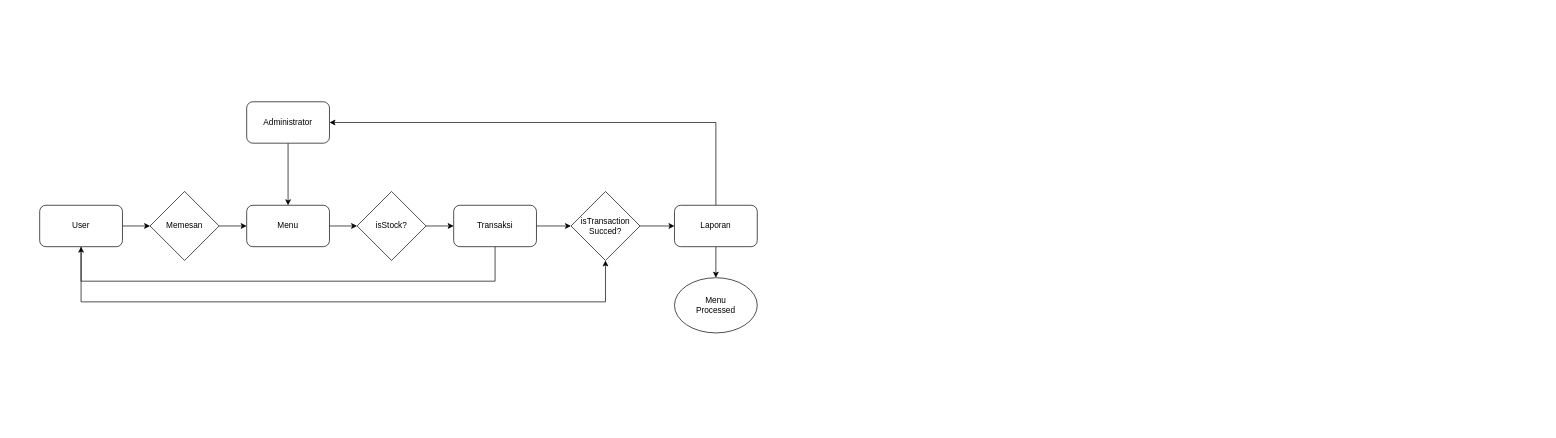
This is drawio/LSP-Gundar.drawio from Xnaizer/Xnaizer, a draw.io file, before an edit. Source tidied: cells renumbered, new cells numbered last; positions are measured from the earlier drawing's top-left corner, leaving out a move shared by most shapes. Both pictures are drawn from the tidied source at 69%, with x=0, y=0 at pixel (39, 101).
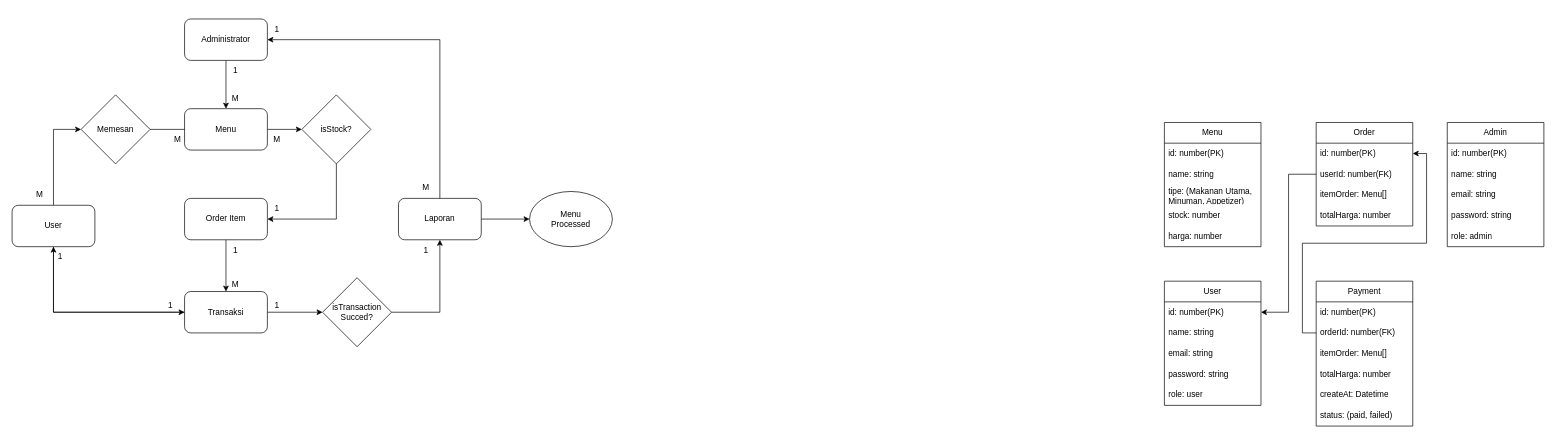
The same page after the edit.

What changed in the source:
```diff
@@
     <mxCell id="3" value="Administrator" style="rounded=1;whiteSpace=wrap;html=1;" parent="1" vertex="1">
-      <mxGeometry x="300" width="120" height="60" as="geometry" />
+      <mxGeometry x="210" y="-120" width="120" height="60" as="geometry" />
     </mxCell>
@@
-    <mxCell id="5" style="edgeStyle=orthogonalEdgeStyle;rounded=0;jettySize=auto;html=1;entryX=0.5;entryY=1;entryDx=0;entryDy=0;" parent="1" edge="1" source="6" target="17">
-      <mxGeometry relative="1" as="geometry">
-        <Array as="points">
-          <mxPoint x="60" y="290" />
-          <mxPoint x="820" y="290" />
-        </Array>
-      </mxGeometry>
-    </mxCell>
+    <mxCell id="22" style="edgeStyle=orthogonalEdgeStyle;rounded=0;jettySize=auto;html=1;entryX=0;entryY=0.5;entryDx=0;entryDy=0;" parent="1" edge="1" source="6" target="15">
+      <mxGeometry relative="1" as="geometry">
+        <Array as="points">
+          <mxPoint x="20" y="305" />
+        </Array>
+      </mxGeometry>
+    </mxCell>
     <mxCell id="6" value="User" style="rounded=1;whiteSpace=wrap;html=1;" parent="1" vertex="1">
-      <mxGeometry y="150" width="120" height="60" as="geometry" />
+      <mxGeometry x="-40" y="150" width="120" height="60" as="geometry" />
     </mxCell>
     <mxCell id="7" style="edgeStyle=orthogonalEdgeStyle;rounded=0;jettySize=auto;html=1;entryX=0;entryY=0.5;entryDx=0;entryDy=0;" parent="1" edge="1" source="8" target="10">
-      <mxGeometry relative="1" as="geometry" />
+      <mxGeometry relative="1" as="geometry">
+        <Array as="points">
+          <mxPoint x="230" y="40" />
+          <mxPoint x="230" y="40" />
+        </Array>
+      </mxGeometry>
     </mxCell>
     <mxCell id="8" value="Memesan" style="rhombus;whiteSpace=wrap;html=1;" parent="1" vertex="1">
-      <mxGeometry x="160" y="130" width="100" height="100" as="geometry" />
+      <mxGeometry x="60" y="-10" width="100" height="100" as="geometry" />
     </mxCell>
@@
     <mxCell id="10" value="Menu" style="rounded=1;whiteSpace=wrap;html=1;" parent="1" vertex="1">
-      <mxGeometry x="300" y="150" width="120" height="60" as="geometry" />
+      <mxGeometry x="210" y="10" width="120" height="60" as="geometry" />
     </mxCell>
-    <mxCell id="11" style="edgeStyle=orthogonalEdgeStyle;rounded=0;jettySize=auto;html=1;" parent="1" edge="1" source="12" target="15">
-      <mxGeometry relative="1" as="geometry" />
-    </mxCell>
+    <mxCell id="23" style="edgeStyle=orthogonalEdgeStyle;rounded=0;jettySize=auto;html=1;entryX=1;entryY=0.5;entryDx=0;entryDy=0;" parent="1" edge="1" source="12" target="25">
+      <mxGeometry relative="1" as="geometry">
+        <Array as="points">
+          <mxPoint x="430" y="170" />
+        </Array>
+      </mxGeometry>
+    </mxCell>
     <mxCell id="12" value="isStock?" style="rhombus;whiteSpace=wrap;html=1;" parent="1" vertex="1">
-      <mxGeometry x="460" y="130" width="100" height="100" as="geometry" />
+      <mxGeometry x="380" y="-10" width="100" height="100" as="geometry" />
     </mxCell>
+    <mxCell id="14" style="edgeStyle=orthogonalEdgeStyle;rounded=0;jettySize=auto;html=1;entryX=0;entryY=0.5;entryDx=0;entryDy=0;" parent="1" edge="1" source="15" target="17">
+      <mxGeometry relative="1" as="geometry" />
+    </mxCell>
-    <mxCell id="13" style="edgeStyle=orthogonalEdgeStyle;rounded=0;jettySize=auto;html=1;entryX=0.5;entryY=1;entryDx=0;entryDy=0;" parent="1" edge="1" source="15" target="6">
-      <mxGeometry relative="1" as="geometry">
-        <Array as="points">
-          <mxPoint x="660" y="260" />
-          <mxPoint x="60" y="260" />
-        </Array>
-      </mxGeometry>
+    <mxCell id="13" style="edgeStyle=orthogonalEdgeStyle;rounded=0;jettySize=auto;html=1;" parent="1" edge="1" source="15" target="6">
+      <mxGeometry relative="1" as="geometry" />
     </mxCell>
-    <mxCell id="14" style="edgeStyle=orthogonalEdgeStyle;rounded=0;jettySize=auto;html=1;entryX=0;entryY=0.5;entryDx=0;entryDy=0;" parent="1" edge="1" source="15" target="17">
-      <mxGeometry relative="1" as="geometry" />
-    </mxCell>
     <mxCell id="15" value="Transaksi" style="rounded=1;whiteSpace=wrap;html=1;" parent="1" vertex="1">
-      <mxGeometry x="600" y="150" width="120" height="60" as="geometry" />
+      <mxGeometry x="210" y="275" width="120" height="60" as="geometry" />
     </mxCell>
@@
     <mxCell id="17" value="isTransaction&lt;div&gt;Succed?&lt;/div&gt;" style="rhombus;whiteSpace=wrap;html=1;" parent="1" vertex="1">
-      <mxGeometry x="770" y="130" width="100" height="100" as="geometry" />
+      <mxGeometry x="410" y="255" width="100" height="100" as="geometry" />
     </mxCell>
+    <mxCell id="19" style="edgeStyle=orthogonalEdgeStyle;rounded=0;jettySize=auto;html=1;" parent="1" edge="1" source="20" target="21">
+      <mxGeometry relative="1" as="geometry" />
+    </mxCell>
     <mxCell id="18" style="edgeStyle=orthogonalEdgeStyle;rounded=0;jettySize=auto;html=1;entryX=1;entryY=0.5;entryDx=0;entryDy=0;" parent="1" edge="1" source="20" target="3">
       <mxGeometry relative="1" as="geometry">
         <Array as="points">
-          <mxPoint x="980" y="30" />
+          <mxPoint x="580" y="-90" />
         </Array>
       </mxGeometry>
     </mxCell>
-    <mxCell id="19" style="edgeStyle=orthogonalEdgeStyle;rounded=0;jettySize=auto;html=1;" parent="1" edge="1" source="20" target="21">
-      <mxGeometry relative="1" as="geometry" />
-    </mxCell>
     <mxCell id="20" value="Laporan" style="rounded=1;whiteSpace=wrap;html=1;" parent="1" vertex="1">
-      <mxGeometry x="920" y="150" width="120" height="60" as="geometry" />
+      <mxGeometry x="520" y="140" width="120" height="60" as="geometry" />
     </mxCell>
     <mxCell id="21" value="Menu&lt;div&gt;Processed&lt;/div&gt;" style="ellipse;whiteSpace=wrap;html=1;" parent="1" vertex="1">
-      <mxGeometry x="920" y="255" width="120" height="80" as="geometry" />
+      <mxGeometry x="710" y="130" width="120" height="80" as="geometry" />
     </mxCell>
+    <mxCell id="24" style="edgeStyle=orthogonalEdgeStyle;rounded=0;jettySize=auto;html=1;entryX=0.5;entryY=0;entryDx=0;entryDy=0;" parent="1" edge="1" source="25" target="15">
+      <mxGeometry relative="1" as="geometry" />
+    </mxCell>
+    <mxCell id="25" value="Order Item" style="rounded=1;whiteSpace=wrap;html=1;" parent="1" vertex="1">
+      <mxGeometry x="210" y="140" width="120" height="60" as="geometry" />
+    </mxCell>
+    <mxCell id="26" value="M" style="text;html=1;align=center;verticalAlign=middle;whiteSpace=wrap;rounded=0;" parent="1" vertex="1">
+      <mxGeometry x="-30" y="110" width="60" height="50" as="geometry" />
+    </mxCell>
+    <mxCell id="27" value="M" style="text;html=1;align=center;verticalAlign=middle;whiteSpace=wrap;rounded=0;" parent="1" vertex="1">
+      <mxGeometry x="314" y="30" width="60" height="50" as="geometry" />
+    </mxCell>
+    <mxCell id="28" value="1" style="text;html=1;align=center;verticalAlign=middle;whiteSpace=wrap;rounded=0;" parent="1" vertex="1">
+      <mxGeometry x="314" y="130" width="60" height="50" as="geometry" />
+    </mxCell>
+    <mxCell id="29" value="1" style="text;html=1;align=center;verticalAlign=middle;whiteSpace=wrap;rounded=0;" parent="1" vertex="1">
+      <mxGeometry x="254" y="190" width="60" height="50" as="geometry" />
+    </mxCell>
+    <mxCell id="30" value="M" style="text;html=1;align=center;verticalAlign=middle;whiteSpace=wrap;rounded=0;" parent="1" vertex="1">
+      <mxGeometry x="254" y="240" width="60" height="50" as="geometry" />
+    </mxCell>
+    <mxCell id="31" value="1" style="text;html=1;align=center;verticalAlign=middle;whiteSpace=wrap;rounded=0;" parent="1" vertex="1">
+      <mxGeometry x="314" y="270" width="60" height="50" as="geometry" />
+    </mxCell>
+    <mxCell id="32" value="M" style="text;html=1;align=center;verticalAlign=middle;whiteSpace=wrap;rounded=0;" parent="1" vertex="1">
+      <mxGeometry x="530" y="100" width="60" height="50" as="geometry" />
+    </mxCell>
+    <mxCell id="33" value="1" style="text;html=1;align=center;verticalAlign=middle;whiteSpace=wrap;rounded=0;" parent="1" vertex="1">
+      <mxGeometry x="314" y="-130" width="60" height="50" as="geometry" />
+    </mxCell>
+    <mxCell id="34" value="1" style="text;html=1;align=center;verticalAlign=middle;whiteSpace=wrap;rounded=0;" parent="1" vertex="1">
+      <mxGeometry x="254" y="-70" width="60" height="50" as="geometry" />
+    </mxCell>
+    <mxCell id="35" value="M" style="text;html=1;align=center;verticalAlign=middle;whiteSpace=wrap;rounded=0;" parent="1" vertex="1">
+      <mxGeometry x="254" y="-30" width="60" height="50" as="geometry" />
+    </mxCell>
+    <mxCell id="36" value="M" style="text;html=1;align=center;verticalAlign=middle;whiteSpace=wrap;rounded=0;" parent="1" vertex="1">
+      <mxGeometry x="170" y="30" width="60" height="50" as="geometry" />
+    </mxCell>
+    <mxCell id="37" value="1" style="text;html=1;align=center;verticalAlign=middle;whiteSpace=wrap;rounded=0;" parent="1" vertex="1">
+      <mxGeometry x="160" y="270" width="60" height="50" as="geometry" />
+    </mxCell>
+    <mxCell id="38" value="1" style="text;html=1;align=center;verticalAlign=middle;whiteSpace=wrap;rounded=0;" parent="1" vertex="1">
+      <mxGeometry y="200" width="60" height="50" as="geometry" />
+    </mxCell>
+    <mxCell id="39" value="1" style="text;html=1;align=center;verticalAlign=middle;whiteSpace=wrap;rounded=0;" parent="1" vertex="1">
+      <mxGeometry x="530" y="190" width="60" height="50" as="geometry" />
+    </mxCell>
+    <mxCell id="40" value="User" style="swimlane;fontStyle=0;horizontal=1;startSize=30;whiteSpace=wrap;html=1;" parent="1" vertex="1">
+      <mxGeometry x="1630" y="260" width="140" height="180" as="geometry" />
+    </mxCell>
+    <mxCell id="41" value="id: number(PK)" style="text;strokeColor=none;fillColor=none;align=left;verticalAlign=middle;spacingLeft=4;spacingRight=4;overflow=hidden;points=[[0,0.5],[1,0.5]];portConstraint=eastwest;whiteSpace=wrap;html=1;" parent="40" vertex="1">
+      <mxGeometry y="30" width="140" height="30" as="geometry" />
+    </mxCell>
+    <mxCell id="42" value="name: string" style="text;strokeColor=none;fillColor=none;align=left;verticalAlign=middle;spacingLeft=4;spacingRight=4;overflow=hidden;whiteSpace=wrap;html=1;" parent="40" vertex="1">
+      <mxGeometry y="60" width="140" height="30" as="geometry" />
+    </mxCell>
+    <mxCell id="43" value="email: string" style="text;strokeColor=none;fillColor=none;align=left;verticalAlign=middle;spacingLeft=4;spacingRight=4;overflow=hidden;whiteSpace=wrap;html=1;" parent="40" vertex="1">
+      <mxGeometry y="90" width="140" height="30" as="geometry" />
+    </mxCell>
+    <mxCell id="44" value="password: string" style="text;strokeColor=none;fillColor=none;align=left;verticalAlign=middle;spacingLeft=4;spacingRight=4;overflow=hidden;whiteSpace=wrap;html=1;" parent="40" vertex="1">
+      <mxGeometry y="120" width="140" height="30" as="geometry" />
+    </mxCell>
+    <mxCell id="45" value="role: user" style="text;strokeColor=none;fillColor=none;align=left;verticalAlign=middle;spacingLeft=4;spacingRight=4;overflow=hidden;whiteSpace=wrap;html=1;" parent="40" vertex="1">
+      <mxGeometry y="150" width="140" height="30" as="geometry" />
+    </mxCell>
+    <mxCell id="46" value="Menu" style="swimlane;fontStyle=0;horizontal=1;startSize=30;whiteSpace=wrap;html=1;" parent="1" vertex="1">
+      <mxGeometry x="1630" y="30" width="140" height="180" as="geometry" />
+    </mxCell>
+    <mxCell id="47" value="id: number(PK)" style="text;strokeColor=none;fillColor=none;align=left;verticalAlign=middle;spacingLeft=4;spacingRight=4;overflow=hidden;whiteSpace=wrap;html=1;" parent="46" vertex="1">
+      <mxGeometry y="30" width="140" height="30" as="geometry" />
+    </mxCell>
+    <mxCell id="48" value="name: string" style="text;strokeColor=none;fillColor=none;align=left;verticalAlign=middle;spacingLeft=4;spacingRight=4;overflow=hidden;whiteSpace=wrap;html=1;" parent="46" vertex="1">
+      <mxGeometry y="60" width="140" height="30" as="geometry" />
+    </mxCell>
+    <mxCell id="49" value="tipe: (Makanan Utama,&lt;div&gt;Minuman, Appetizer)&lt;/div&gt;" style="text;strokeColor=none;fillColor=none;align=left;verticalAlign=middle;spacingLeft=4;spacingRight=4;overflow=hidden;whiteSpace=wrap;html=1;" parent="46" vertex="1">
+      <mxGeometry y="90" width="140" height="30" as="geometry" />
+    </mxCell>
+    <mxCell id="50" value="stock: number" style="text;strokeColor=none;fillColor=none;align=left;verticalAlign=middle;spacingLeft=4;spacingRight=4;overflow=hidden;whiteSpace=wrap;html=1;" parent="46" vertex="1">
+      <mxGeometry y="120" width="140" height="30" as="geometry" />
+    </mxCell>
+    <mxCell id="51" value="harga: number" style="text;strokeColor=none;fillColor=none;align=left;verticalAlign=middle;spacingLeft=4;spacingRight=4;overflow=hidden;whiteSpace=wrap;html=1;" parent="46" vertex="1">
+      <mxGeometry y="150" width="140" height="30" as="geometry" />
+    </mxCell>
+    <mxCell id="52" value="Order" style="swimlane;fontStyle=0;horizontal=1;startSize=30;whiteSpace=wrap;html=1;" parent="1" vertex="1">
+      <mxGeometry x="1850" y="30" width="140" height="150" as="geometry" />
+    </mxCell>
+    <mxCell id="53" value="id: number(PK)" style="text;strokeColor=none;fillColor=none;align=left;verticalAlign=middle;spacingLeft=4;spacingRight=4;overflow=hidden;points=[[0,0.5],[1,0.5]];portConstraint=eastwest;whiteSpace=wrap;html=1;" parent="52" vertex="1">
+      <mxGeometry y="30" width="140" height="30" as="geometry" />
+    </mxCell>
+    <mxCell id="54" value="userId: number(FK)" style="text;strokeColor=none;fillColor=none;align=left;verticalAlign=middle;spacingLeft=4;spacingRight=4;overflow=hidden;points=[[0,0.5],[1,0.5]];portConstraint=eastwest;whiteSpace=wrap;html=1;" parent="52" vertex="1">
+      <mxGeometry y="60" width="140" height="30" as="geometry" />
+    </mxCell>
+    <mxCell id="55" value="itemOrder: Menu[]" style="text;strokeColor=none;fillColor=none;align=left;verticalAlign=middle;spacingLeft=4;spacingRight=4;overflow=hidden;whiteSpace=wrap;html=1;" parent="52" vertex="1">
+      <mxGeometry y="90" width="140" height="30" as="geometry" />
+    </mxCell>
+    <mxCell id="56" value="totalHarga: number" style="text;strokeColor=none;fillColor=none;align=left;verticalAlign=middle;spacingLeft=4;spacingRight=4;overflow=hidden;whiteSpace=wrap;html=1;" parent="52" vertex="1">
+      <mxGeometry y="120" width="140" height="30" as="geometry" />
+    </mxCell>
+    <mxCell id="57" value="Payment" style="swimlane;fontStyle=0;horizontal=1;startSize=30;whiteSpace=wrap;html=1;" parent="1" vertex="1">
+      <mxGeometry x="1850" y="260" width="140" height="210" as="geometry" />
+    </mxCell>
+    <mxCell id="58" value="id: number(PK)" style="text;strokeColor=none;fillColor=none;align=left;verticalAlign=middle;spacingLeft=4;spacingRight=4;overflow=hidden;whiteSpace=wrap;html=1;" parent="57" vertex="1">
+      <mxGeometry y="30" width="140" height="30" as="geometry" />
+    </mxCell>
+    <mxCell id="59" value="orderId: number(FK)" style="text;strokeColor=none;fillColor=none;align=left;verticalAlign=middle;spacingLeft=4;spacingRight=4;overflow=hidden;points=[[0,0.5],[1,0.5]];portConstraint=eastwest;whiteSpace=wrap;html=1;" parent="57" vertex="1">
+      <mxGeometry y="60" width="140" height="30" as="geometry" />
+    </mxCell>
+    <mxCell id="60" value="itemOrder: Menu[]" style="text;strokeColor=none;fillColor=none;align=left;verticalAlign=middle;spacingLeft=4;spacingRight=4;overflow=hidden;whiteSpace=wrap;html=1;" parent="57" vertex="1">
+      <mxGeometry y="90" width="140" height="30" as="geometry" />
+    </mxCell>
+    <mxCell id="61" value="totalHarga: number" style="text;strokeColor=none;fillColor=none;align=left;verticalAlign=middle;spacingLeft=4;spacingRight=4;overflow=hidden;whiteSpace=wrap;html=1;" parent="57" vertex="1">
+      <mxGeometry y="120" width="140" height="30" as="geometry" />
+    </mxCell>
+    <mxCell id="62" value="createAt: Datetime" style="text;strokeColor=none;fillColor=none;align=left;verticalAlign=middle;spacingLeft=4;spacingRight=4;overflow=hidden;whiteSpace=wrap;html=1;" parent="57" vertex="1">
+      <mxGeometry y="150" width="140" height="30" as="geometry" />
+    </mxCell>
+    <mxCell id="63" value="status: (paid, failed)" style="text;strokeColor=none;fillColor=none;align=left;verticalAlign=middle;spacingLeft=4;spacingRight=4;overflow=hidden;whiteSpace=wrap;html=1;" parent="57" vertex="1">
+      <mxGeometry y="180" width="140" height="30" as="geometry" />
+    </mxCell>
+    <mxCell id="64" style="edgeStyle=orthogonalEdgeStyle;rounded=0;jettySize=auto;html=1;" parent="1" edge="1" source="59" target="53">
+      <mxGeometry relative="1" as="geometry" />
+    </mxCell>
+    <mxCell id="65" style="edgeStyle=orthogonalEdgeStyle;rounded=0;jettySize=auto;html=1;entryX=1;entryY=0.5;entryDx=0;entryDy=0;" parent="1" edge="1" source="54" target="41">
+      <mxGeometry relative="1" as="geometry" />
+    </mxCell>
+    <mxCell id="66" value="Admin" style="swimlane;fontStyle=0;horizontal=1;startSize=30;whiteSpace=wrap;html=1;" parent="1" vertex="1">
+      <mxGeometry x="2040" y="30" width="140" height="180" as="geometry" />
+    </mxCell>
+    <mxCell id="67" value="id: number(PK)" style="text;strokeColor=none;fillColor=none;align=left;verticalAlign=middle;spacingLeft=4;spacingRight=4;overflow=hidden;whiteSpace=wrap;html=1;" parent="66" vertex="1">
+      <mxGeometry y="30" width="140" height="30" as="geometry" />
+    </mxCell>
+    <mxCell id="68" value="name: string" style="text;strokeColor=none;fillColor=none;align=left;verticalAlign=middle;spacingLeft=4;spacingRight=4;overflow=hidden;whiteSpace=wrap;html=1;" parent="66" vertex="1">
+      <mxGeometry y="60" width="140" height="30" as="geometry" />
+    </mxCell>
+    <mxCell id="69" value="email: string" style="text;strokeColor=none;fillColor=none;align=left;verticalAlign=middle;spacingLeft=4;spacingRight=4;overflow=hidden;whiteSpace=wrap;html=1;" parent="66" vertex="1">
+      <mxGeometry y="90" width="140" height="30" as="geometry" />
+    </mxCell>
+    <mxCell id="70" value="password: string" style="text;strokeColor=none;fillColor=none;align=left;verticalAlign=middle;spacingLeft=4;spacingRight=4;overflow=hidden;whiteSpace=wrap;html=1;" parent="66" vertex="1">
+      <mxGeometry y="120" width="140" height="30" as="geometry" />
+    </mxCell>
+    <mxCell id="71" value="role: admin" style="text;strokeColor=none;fillColor=none;align=left;verticalAlign=middle;spacingLeft=4;spacingRight=4;overflow=hidden;whiteSpace=wrap;html=1;" parent="66" vertex="1">
+      <mxGeometry y="150" width="140" height="30" as="geometry" />
+    </mxCell>
```
